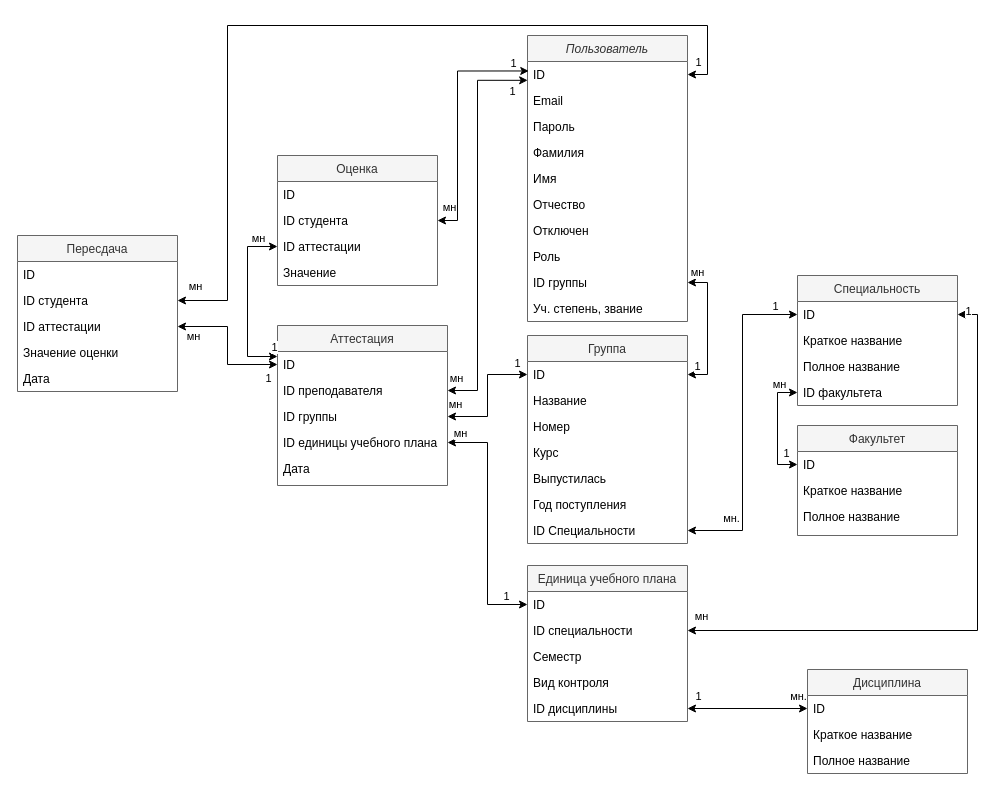
Earlier version of the draw.io diagram page "ER логическое" (2 of 3) of диаграмма.drawio (Zemchonak/students-desktop-app). Source tidied: cells renumbered, new cells numbered last; positions are measured from the earlier drawing's top-left corner, leaving out a move shared by most shapes. Both pictures are drawn from the tidied source at 100%, with x=0, y=0 at pixel (17, 25).
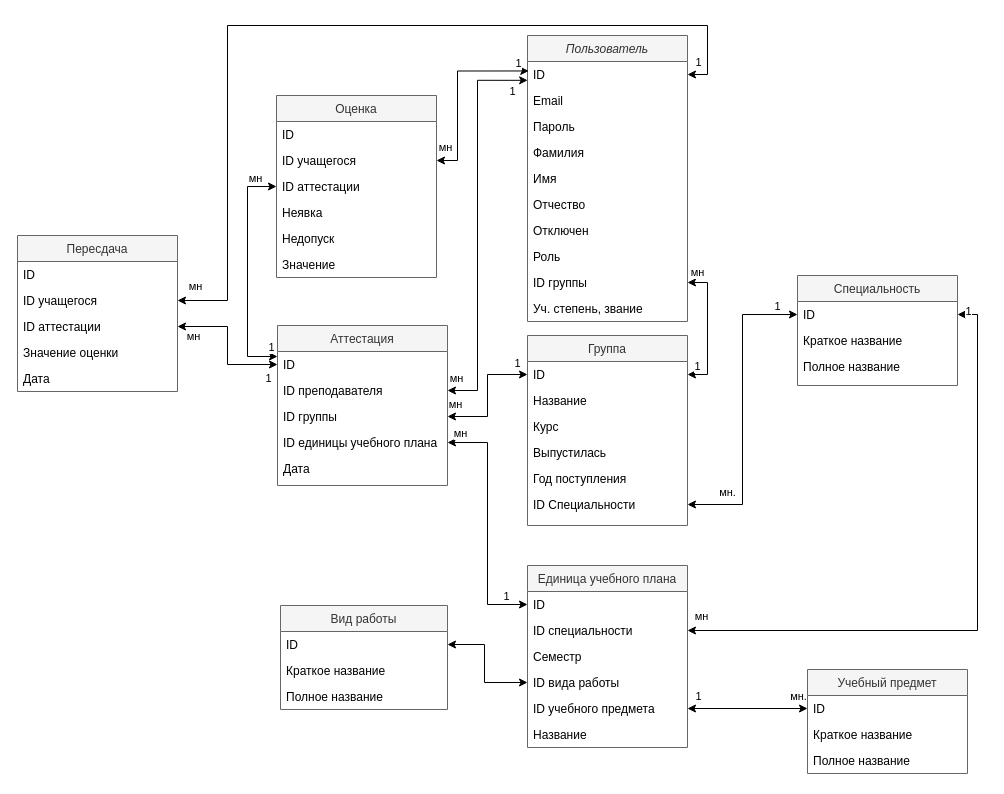
Above is the later version.

Unchanged cells that the change refers to:
```xml
<mxCell id="3" value="ID" style="text;align=left;verticalAlign=top;spacingLeft=4;spacingRight=4;overflow=hidden;points=[[0,0.5],[1,0.5]];portConstraint=eastwest;" parent="2" vertex="1">
  <mxGeometry y="26" width="160" height="26" as="geometry" />
</mxCell>
<mxCell id="24" value="ID аттестации" style="text;align=left;verticalAlign=top;spacingLeft=4;spacingRight=4;overflow=hidden;points=[[0,0.5],[1,0.5]];portConstraint=eastwest;" parent="21" vertex="1">
  <mxGeometry y="78" width="160" height="26" as="geometry" />
</mxCell>
<mxCell id="81" value="Пересдача" style="swimlane;fontStyle=0;align=center;verticalAlign=top;horizontal=1;startSize=26;rounded=0;shadow=0;strokeWidth=1;fillColor=#f5f5f5;strokeColor=#666666;fontColor=#333333;" parent="1" vertex="1">
  <mxGeometry y="210" width="160" height="156" as="geometry" />
</mxCell>
```

Change to the diagram source:
```diff
@@
     <mxCell id="13" value="Группа" style="swimlane;fontStyle=0;align=center;verticalAlign=top;horizontal=1;startSize=26;rounded=0;shadow=0;strokeWidth=1;fillColor=#f5f5f5;strokeColor=#666666;fontColor=#333333;" parent="1" vertex="1">
-      <mxGeometry x="510" y="310" width="160" height="208" as="geometry" />
+      <mxGeometry x="510" y="310" width="160" height="190" as="geometry" />
     </mxCell>
@@
-    <mxCell id="16" value="Номер" style="text;align=left;verticalAlign=top;spacingLeft=4;spacingRight=4;overflow=hidden;" parent="13" vertex="1">
-      <mxGeometry y="78" width="160" height="26" as="geometry" />
-    </mxCell>
     <mxCell id="17" value="Курс" style="text;align=left;verticalAlign=top;spacingLeft=4;spacingRight=4;overflow=hidden;rounded=0;shadow=0;html=0;" parent="13" vertex="1">
-      <mxGeometry y="104" width="160" height="26" as="geometry" />
+      <mxGeometry y="78" width="160" height="26" as="geometry" />
     </mxCell>
     <mxCell id="18" value="Выпустилась" style="text;align=left;verticalAlign=top;spacingLeft=4;spacingRight=4;overflow=hidden;rounded=0;shadow=0;html=0;" parent="13" vertex="1">
-      <mxGeometry y="130" width="160" height="26" as="geometry" />
+      <mxGeometry y="104" width="160" height="26" as="geometry" />
     </mxCell>
     <mxCell id="19" value="Год поступления" style="text;align=left;verticalAlign=top;spacingLeft=4;spacingRight=4;overflow=hidden;rounded=0;shadow=0;html=0;" parent="13" vertex="1">
-      <mxGeometry y="156" width="160" height="26" as="geometry" />
+      <mxGeometry y="130" width="160" height="26" as="geometry" />
     </mxCell>
     <mxCell id="20" value="ID Специальности" style="text;align=left;verticalAlign=top;spacingLeft=4;spacingRight=4;overflow=hidden;points=[[0,0.5],[1,0.5]];portConstraint=eastwest;rounded=0;shadow=0;html=0;" parent="13" vertex="1">
-      <mxGeometry y="182" width="160" height="26" as="geometry" />
+      <mxGeometry y="156" width="160" height="26" as="geometry" />
     </mxCell>
     <mxCell id="21" value="Оценка" style="swimlane;fontStyle=0;align=center;verticalAlign=top;horizontal=1;startSize=26;rounded=0;shadow=0;strokeWidth=1;fillColor=#f5f5f5;strokeColor=#666666;fontColor=#333333;" parent="1" vertex="1">
-      <mxGeometry x="260" y="130" width="160" height="130" as="geometry" />
+      <mxGeometry x="259" y="70" width="160" height="182" as="geometry" />
     </mxCell>
@@
-    <mxCell id="23" value="ID студента" style="text;align=left;verticalAlign=top;spacingLeft=4;spacingRight=4;overflow=hidden;points=[[0,0.5],[1,0.5]];portConstraint=eastwest;" parent="21" vertex="1">
+    <mxCell id="23" value="ID учащегося" style="text;align=left;verticalAlign=top;spacingLeft=4;spacingRight=4;overflow=hidden;points=[[0,0.5],[1,0.5]];portConstraint=eastwest;" parent="21" vertex="1">
       <mxGeometry y="52" width="160" height="26" as="geometry" />
     </mxCell>
@@
+    <mxCell id="93" value="Неявка" style="text;align=left;verticalAlign=top;spacingLeft=4;spacingRight=4;overflow=hidden;" parent="21" vertex="1">
+      <mxGeometry y="104" width="160" height="26" as="geometry" />
+    </mxCell>
+    <mxCell id="94" value="Недопуск" style="text;align=left;verticalAlign=top;spacingLeft=4;spacingRight=4;overflow=hidden;" parent="21" vertex="1">
+      <mxGeometry y="130" width="160" height="26" as="geometry" />
+    </mxCell>
     <mxCell id="25" value="Значение" style="text;align=left;verticalAlign=top;spacingLeft=4;spacingRight=4;overflow=hidden;" parent="21" vertex="1">
-      <mxGeometry y="104" width="160" height="26" as="geometry" />
+      <mxGeometry y="156" width="160" height="26" as="geometry" />
     </mxCell>
-    <mxCell id="26" value="Дисциплина" style="swimlane;fontStyle=0;align=center;verticalAlign=top;horizontal=1;startSize=26;rounded=0;shadow=0;strokeWidth=1;fillColor=#f5f5f5;strokeColor=#666666;fontColor=#333333;" parent="1" vertex="1">
+    <mxCell id="26" value="Учебный предмет" style="swimlane;fontStyle=0;align=center;verticalAlign=top;horizontal=1;startSize=26;rounded=0;shadow=0;strokeWidth=1;fillColor=#f5f5f5;strokeColor=#666666;fontColor=#333333;" parent="1" vertex="1">
       <mxGeometry x="790" y="644" width="160" height="104" as="geometry" />
     </mxCell>
@@
     <mxCell id="39" style="edgeStyle=orthogonalEdgeStyle;rounded=0;jettySize=auto;html=1;exitX=0;exitY=0.5;exitDx=0;exitDy=0;startArrow=classic;startFill=1;" parent="1" edge="1" source="24">
       <mxGeometry relative="1" as="geometry">
         <mxPoint x="260" y="331" as="targetPoint" />
         <Array as="points">
-          <mxPoint x="230" y="221" />
+          <mxPoint x="230" y="161" />
           <mxPoint x="230" y="331" />
         </Array>
       </mxGeometry>
     </mxCell>
@@
     <mxCell id="51" value="Специальность" style="swimlane;fontStyle=0;align=center;verticalAlign=top;horizontal=1;startSize=26;rounded=0;shadow=0;strokeWidth=1;fillColor=#f5f5f5;strokeColor=#666666;fontColor=#333333;" parent="1" vertex="1">
-      <mxGeometry x="780" y="250" width="160" height="130" as="geometry" />
+      <mxGeometry x="780" y="250" width="160" height="110" as="geometry" />
     </mxCell>
@@
-    <mxCell id="55" value="ID факультета" style="text;align=left;verticalAlign=top;spacingLeft=4;spacingRight=4;overflow=hidden;points=[[0,0.5],[1,0.5]];portConstraint=eastwest;" parent="51" vertex="1">
-      <mxGeometry y="104" width="160" height="26" as="geometry" />
-    </mxCell>
-    <mxCell id="56" value="Факультет" style="swimlane;fontStyle=0;align=center;verticalAlign=top;horizontal=1;startSize=26;rounded=0;shadow=0;strokeWidth=1;fillColor=#f5f5f5;strokeColor=#666666;fontColor=#333333;" parent="1" vertex="1">
-      <mxGeometry x="780" y="400" width="160" height="110" as="geometry" />
+    <mxCell id="56" value="Вид работы" style="swimlane;fontStyle=0;align=center;verticalAlign=top;horizontal=1;startSize=26;rounded=0;shadow=0;strokeWidth=1;fillColor=#f5f5f5;strokeColor=#666666;fontColor=#333333;" parent="1" vertex="1">
+      <mxGeometry x="263" y="580" width="167" height="104" as="geometry" />
     </mxCell>
     <mxCell id="57" value="ID" style="text;align=left;verticalAlign=top;spacingLeft=4;spacingRight=4;overflow=hidden;points=[[0,0.5],[1,0.5]];portConstraint=eastwest;" parent="56" vertex="1">
-      <mxGeometry y="26" width="160" height="26" as="geometry" />
+      <mxGeometry y="26" width="167" height="26" as="geometry" />
     </mxCell>
     <mxCell id="58" value="Краткое название" style="text;align=left;verticalAlign=top;spacingLeft=4;spacingRight=4;overflow=hidden;" parent="56" vertex="1">
-      <mxGeometry y="52" width="160" height="26" as="geometry" />
+      <mxGeometry y="52" width="167" height="26" as="geometry" />
     </mxCell>
     <mxCell id="59" value="Полное название" style="text;align=left;verticalAlign=top;spacingLeft=4;spacingRight=4;overflow=hidden;" parent="56" vertex="1">
-      <mxGeometry y="78" width="160" height="26" as="geometry" />
+      <mxGeometry y="78" width="167" height="26" as="geometry" />
     </mxCell>
     <mxCell id="60" value="Единица учебного плана" style="swimlane;fontStyle=0;align=center;verticalAlign=top;horizontal=1;startSize=26;rounded=0;shadow=0;strokeWidth=1;fillColor=#f5f5f5;strokeColor=#666666;fontColor=#333333;" parent="1" vertex="1">
-      <mxGeometry x="510" y="540" width="160" height="156" as="geometry" />
+      <mxGeometry x="510" y="540" width="160" height="182" as="geometry" />
     </mxCell>
@@
-    <mxCell id="64" value="Вид контроля&#10;" style="text;align=left;verticalAlign=top;spacingLeft=4;spacingRight=4;overflow=hidden;points=[[0,0.5],[1,0.5]];portConstraint=eastwest;" parent="60" vertex="1">
+    <mxCell id="64" value="ID вида работы&#10;" style="text;align=left;verticalAlign=top;spacingLeft=4;spacingRight=4;overflow=hidden;points=[[0,0.5],[1,0.5]];portConstraint=eastwest;" parent="60" vertex="1">
       <mxGeometry y="104" width="160" height="26" as="geometry" />
     </mxCell>
-    <mxCell id="65" value="ID дисциплины" style="text;align=left;verticalAlign=top;spacingLeft=4;spacingRight=4;overflow=hidden;points=[[0,0.5],[1,0.5]];portConstraint=eastwest;" parent="60" vertex="1">
+    <mxCell id="65" value="ID учебного предмета" style="text;align=left;verticalAlign=top;spacingLeft=4;spacingRight=4;overflow=hidden;points=[[0,0.5],[1,0.5]];portConstraint=eastwest;" parent="60" vertex="1">
       <mxGeometry y="130" width="160" height="26" as="geometry" />
     </mxCell>
+    <mxCell id="95" value="Название" style="text;align=left;verticalAlign=top;spacingLeft=4;spacingRight=4;overflow=hidden;" parent="60" vertex="1">
+      <mxGeometry y="156" width="160" height="26" as="geometry" />
+    </mxCell>
@@
-    <mxCell id="69" style="edgeStyle=orthogonalEdgeStyle;rounded=0;jettySize=auto;html=1;entryX=0;entryY=0.5;entryDx=0;entryDy=0;startArrow=classic;startFill=1;exitX=0;exitY=0.5;exitDx=0;exitDy=0;" parent="1" edge="1" source="55" target="57">
-      <mxGeometry relative="1" as="geometry" />
-    </mxCell>
-    <mxCell id="70" value="1" style="edgeLabel;html=1;align=center;verticalAlign=middle;" parent="69" vertex="1">
-      <mxGeometry x="0.85" y="1" relative="1" as="geometry">
-        <mxPoint x="-4" y="-11" as="offset" />
-      </mxGeometry>
-    </mxCell>
-    <mxCell id="71" value="мн" style="edgeLabel;html=1;align=center;verticalAlign=middle;" parent="69" vertex="1">
-      <mxGeometry x="-0.85" y="1" relative="1" as="geometry">
-        <mxPoint x="-11" y="-10" as="offset" />
-      </mxGeometry>
-    </mxCell>
@@
     <mxCell id="78" style="edgeStyle=orthogonalEdgeStyle;rounded=0;jettySize=auto;html=1;exitX=1;exitY=0.5;exitDx=0;exitDy=0;startArrow=classic;startFill=1;entryX=0.008;entryY=0.364;entryDx=0;entryDy=0;entryPerimeter=0;" parent="1" edge="1" source="23" target="3">
       <mxGeometry relative="1" as="geometry">
         <Array as="points">
-          <mxPoint x="440" y="195" />
-          <mxPoint x="440" y="45" />
-          <mxPoint x="511" y="45" />
+          <mxPoint x="440" y="135" />
+          <mxPoint x="440" y="46" />
         </Array>
       </mxGeometry>
     </mxCell>
@@
-    <mxCell id="83" value="ID студента" style="text;align=left;verticalAlign=top;spacingLeft=4;spacingRight=4;overflow=hidden;points=[[0,0.5],[1,0.5]];portConstraint=eastwest;" parent="81" vertex="1">
+    <mxCell id="83" value="ID учащегося" style="text;align=left;verticalAlign=top;spacingLeft=4;spacingRight=4;overflow=hidden;points=[[0,0.5],[1,0.5]];portConstraint=eastwest;" parent="81" vertex="1">
       <mxGeometry y="52" width="160" height="26" as="geometry" />
     </mxCell>
@@
+    <mxCell id="96" style="edgeStyle=orthogonalEdgeStyle;rounded=0;jettySize=auto;html=1;exitX=0;exitY=0.5;exitDx=0;exitDy=0;entryX=1;entryY=0.5;entryDx=0;entryDy=0;startArrow=classic;startFill=1;" parent="1" edge="1" source="64" target="57">
+      <mxGeometry relative="1" as="geometry">
+        <Array as="points">
+          <mxPoint x="467" y="657" />
+          <mxPoint x="467" y="619" />
+        </Array>
+      </mxGeometry>
+    </mxCell>
```
